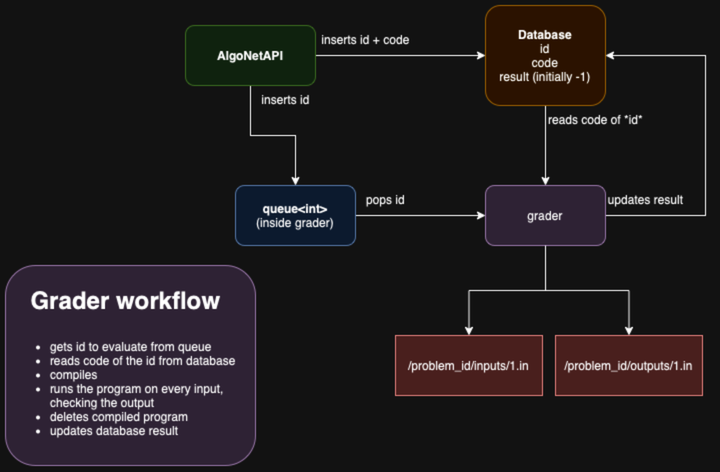
Before: Diagram Grading Setup.png, a diagram exported from draw.io (AlexePaul/algonet). Source tidied: cells renumbered, new cells last; positions are measured from the earlier drawing's top-left corner, leaving out a move shared by most shapes.
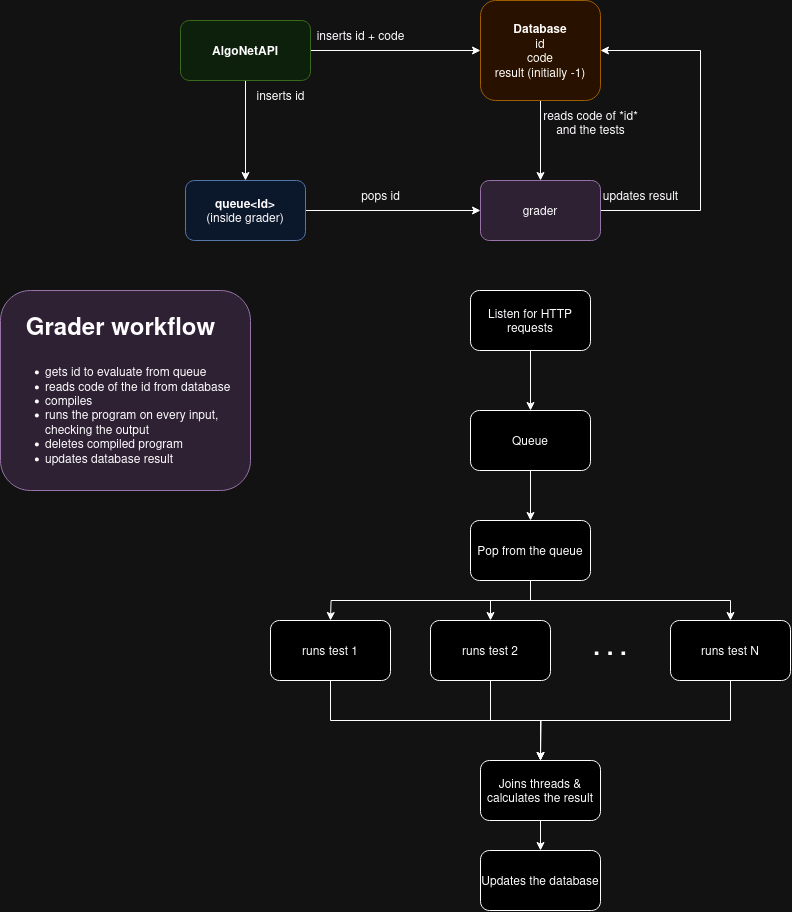
Above is the later version.

What changed in the source:
```diff
@@ -3,7 +3,7 @@
     <mxCell id="0" />
     <mxCell id="1" parent="0" />
     <mxCell id="2" style="rounded=1;whiteSpace=wrap;html=1;fillColor=#e1d5e7;strokeColor=#9673a6;" parent="1" vertex="1">
-      <mxGeometry y="260" width="250" height="200" as="geometry" />
+      <mxGeometry y="290" width="250" height="200" as="geometry" />
     </mxCell>
     <mxCell id="3" style="edgeStyle=orthogonalEdgeStyle;rounded=0;jettySize=auto;html=1;entryX=0;entryY=0.5;entryDx=0;entryDy=0;" parent="1" edge="1" source="5" target="7">
       <mxGeometry relative="1" as="geometry" />
@@ -28,9 +28,6 @@
         </Array>
       </mxGeometry>
     </mxCell>
-    <mxCell id="9" style="edgeStyle=orthogonalEdgeStyle;rounded=0;jettySize=auto;html=1;exitX=0.5;exitY=1;exitDx=0;exitDy=0;entryX=0.5;entryY=0;entryDx=0;entryDy=0;" parent="1" edge="1" source="10" target="20">
-      <mxGeometry relative="1" as="geometry" />
-    </mxCell>
     <mxCell id="10" value="grader" style="rounded=1;whiteSpace=wrap;html=1;fillColor=#e1d5e7;strokeColor=#9673a6;" parent="1" vertex="1">
       <mxGeometry x="480" y="180" width="120" height="60" as="geometry" />
     </mxCell>
@@ -40,8 +37,8 @@
     <mxCell id="12" style="edgeStyle=orthogonalEdgeStyle;rounded=0;jettySize=auto;html=1;exitX=1;exitY=0.5;exitDx=0;exitDy=0;entryX=0;entryY=0.5;entryDx=0;entryDy=0;" parent="1" edge="1" source="13" target="10">
       <mxGeometry relative="1" as="geometry" />
     </mxCell>
-    <mxCell id="13" value="&lt;b&gt;queue&amp;lt;int&amp;gt;&lt;/b&gt;&lt;div&gt;&lt;div&gt;(inside grader)&lt;/div&gt;&lt;/div&gt;" style="rounded=1;whiteSpace=wrap;html=1;fillColor=#dae8fc;strokeColor=#6c8ebf;" parent="1" vertex="1">
-      <mxGeometry x="230" y="180" width="120" height="60" as="geometry" />
+    <mxCell id="13" value="&lt;b&gt;queue&amp;lt;Id&amp;gt;&lt;/b&gt;&lt;div&gt;&lt;div&gt;(inside grader)&lt;/div&gt;&lt;/div&gt;" style="rounded=1;whiteSpace=wrap;html=1;fillColor=#dae8fc;strokeColor=#6c8ebf;" parent="1" vertex="1">
+      <mxGeometry x="185" y="180" width="120" height="60" as="geometry" />
     </mxCell>
     <mxCell id="14" value="&lt;span style=&quot;font-weight: normal;&quot;&gt;&lt;font style=&quot;font-size: 12px;&quot;&gt;inserts id&lt;/font&gt;&lt;/span&gt;" style="text;strokeColor=none;fillColor=none;html=1;fontSize=24;fontStyle=1;verticalAlign=middle;align=center;" parent="1" vertex="1">
       <mxGeometry x="230" y="70" width="100" height="40" as="geometry" />
@@ -49,26 +46,75 @@
     <mxCell id="15" value="&lt;span style=&quot;font-weight: normal;&quot;&gt;&lt;font style=&quot;font-size: 12px;&quot;&gt;pops id&lt;/font&gt;&lt;/span&gt;" style="text;strokeColor=none;fillColor=none;html=1;fontSize=24;fontStyle=1;verticalAlign=middle;align=center;" parent="1" vertex="1">
       <mxGeometry x="330" y="170" width="100" height="40" as="geometry" />
     </mxCell>
-    <mxCell id="16" value="&lt;span style=&quot;font-weight: normal;&quot;&gt;&lt;font style=&quot;font-size: 12px;&quot;&gt;reads code of *id*&lt;/font&gt;&lt;/span&gt;" style="text;strokeColor=none;fillColor=none;html=1;fontSize=24;fontStyle=1;verticalAlign=middle;align=center;" parent="1" vertex="1">
-      <mxGeometry x="540" y="90" width="100" height="40" as="geometry" />
+    <mxCell id="16" value="&lt;p style=&quot;line-height: 40%;&quot;&gt;&lt;font style=&quot;font-weight: normal; font-size: 12px;&quot;&gt;reads code of *id*&lt;/font&gt;&lt;font style=&quot;font-size: 12px;&quot;&gt;&lt;span style=&quot;font-weight: normal;&quot;&gt;&lt;br&gt;and the tests&lt;/span&gt;&lt;/font&gt;&lt;br&gt;&lt;/p&gt;" style="text;strokeColor=none;fillColor=none;html=1;fontSize=24;fontStyle=1;verticalAlign=middle;align=center;" parent="1" vertex="1">
+      <mxGeometry x="540" y="100" width="100" height="40" as="geometry" />
     </mxCell>
     <mxCell id="17" value="&lt;span style=&quot;font-weight: normal;&quot;&gt;&lt;font style=&quot;font-size: 12px;&quot;&gt;updates result&lt;/font&gt;&lt;/span&gt;" style="text;strokeColor=none;fillColor=none;html=1;fontSize=24;fontStyle=1;verticalAlign=middle;align=center;" parent="1" vertex="1">
       <mxGeometry x="590" y="170" width="100" height="40" as="geometry" />
     </mxCell>
-    <mxCell id="18" value="/problem_id/inputs/1.in" style="rounded=0;whiteSpace=wrap;html=1;fillColor=#f8cecc;strokeColor=#b85450;" parent="1" vertex="1">
-      <mxGeometry x="390" y="330" width="147" height="60" as="geometry" />
-    </mxCell>
-    <mxCell id="19" style="edgeStyle=orthogonalEdgeStyle;rounded=0;jettySize=auto;html=1;exitX=0.5;exitY=1;exitDx=0;exitDy=0;entryX=0.5;entryY=0;entryDx=0;entryDy=0;" parent="1" edge="1" source="10" target="18">
-      <mxGeometry relative="1" as="geometry" />
-    </mxCell>
-    <mxCell id="20" value="/problem_id/outputs/1.in" style="rounded=0;whiteSpace=wrap;html=1;fillColor=#f8cecc;strokeColor=#b85450;" parent="1" vertex="1">
-      <mxGeometry x="550" y="330" width="147" height="60" as="geometry" />
-    </mxCell>
     <mxCell id="21" value="&lt;b&gt;&lt;font style=&quot;font-size: 24px;&quot;&gt;Grader workflow&lt;/font&gt;&lt;/b&gt;" style="text;html=1;align=center;verticalAlign=middle;whiteSpace=wrap;rounded=0;" parent="1" vertex="1">
-      <mxGeometry x="12.5" y="270" width="215" height="50" as="geometry" />
+      <mxGeometry x="12.5" y="300" width="215" height="50" as="geometry" />
     </mxCell>
     <mxCell id="22" value="&lt;ul&gt;&lt;li&gt;gets id to evaluate from queue&lt;/li&gt;&lt;li&gt;reads code of the id from database&lt;/li&gt;&lt;li&gt;compiles&amp;nbsp;&lt;/li&gt;&lt;li&gt;runs the program on every input, checking the output&lt;br&gt;&lt;/li&gt;&lt;li&gt;deletes compiled program&lt;/li&gt;&lt;li&gt;updates database result&lt;/li&gt;&lt;/ul&gt;" style="text;strokeColor=none;fillColor=none;html=1;whiteSpace=wrap;verticalAlign=middle;overflow=hidden;" parent="1" vertex="1">
-      <mxGeometry x="2.5" y="320" width="235" height="120" as="geometry" />
+      <mxGeometry x="2.5" y="350" width="235" height="120" as="geometry" />
     </mxCell>
+    <mxCell id="23" style="edgeStyle=orthogonalEdgeStyle;rounded=0;jettySize=auto;html=1;entryX=0.5;entryY=0;entryDx=0;entryDy=0;" parent="1" edge="1" source="24" target="26">
+      <mxGeometry relative="1" as="geometry" />
+    </mxCell>
+    <mxCell id="24" value="Listen for HTTP requests" style="rounded=1;whiteSpace=wrap;html=1;" parent="1" vertex="1">
+      <mxGeometry x="470" y="290" width="120" height="60" as="geometry" />
+    </mxCell>
+    <mxCell id="25" style="edgeStyle=orthogonalEdgeStyle;rounded=0;jettySize=auto;html=1;entryX=0.5;entryY=0;entryDx=0;entryDy=0;" parent="1" edge="1" source="26" target="30">
+      <mxGeometry relative="1" as="geometry" />
+    </mxCell>
+    <mxCell id="26" value="Queue" style="rounded=1;whiteSpace=wrap;html=1;" parent="1" vertex="1">
+      <mxGeometry x="470" y="410" width="120" height="60" as="geometry" />
+    </mxCell>
+    <mxCell id="27" style="edgeStyle=orthogonalEdgeStyle;rounded=0;jettySize=auto;html=1;exitX=0.5;exitY=1;exitDx=0;exitDy=0;" parent="1" edge="1" source="30">
+      <mxGeometry relative="1" as="geometry">
+        <mxPoint x="330" y="620" as="targetPoint" />
+      </mxGeometry>
+    </mxCell>
+    <mxCell id="28" style="edgeStyle=orthogonalEdgeStyle;rounded=0;jettySize=auto;html=1;" parent="1" edge="1" source="30" target="34">
+      <mxGeometry relative="1" as="geometry" />
+    </mxCell>
+    <mxCell id="29" style="edgeStyle=orthogonalEdgeStyle;rounded=0;jettySize=auto;html=1;exitX=0.5;exitY=1;exitDx=0;exitDy=0;" parent="1" edge="1" source="30" target="36">
+      <mxGeometry relative="1" as="geometry" />
+    </mxCell>
+    <mxCell id="30" value="Pop from the queue" style="rounded=1;whiteSpace=wrap;html=1;" parent="1" vertex="1">
+      <mxGeometry x="470" y="520" width="120" height="60" as="geometry" />
+    </mxCell>
+    <mxCell id="31" style="edgeStyle=orthogonalEdgeStyle;rounded=0;jettySize=auto;html=1;exitX=0.5;exitY=1;exitDx=0;exitDy=0;" parent="1" edge="1" source="32" target="39">
+      <mxGeometry relative="1" as="geometry" />
+    </mxCell>
+    <mxCell id="32" value="runs test 1" style="rounded=1;whiteSpace=wrap;html=1;" parent="1" vertex="1">
+      <mxGeometry x="270" y="620" width="120" height="60" as="geometry" />
+    </mxCell>
+    <mxCell id="33" style="edgeStyle=orthogonalEdgeStyle;rounded=0;jettySize=auto;html=1;" parent="1" edge="1" source="34">
+      <mxGeometry relative="1" as="geometry">
+        <mxPoint x="540" y="760" as="targetPoint" />
+      </mxGeometry>
+    </mxCell>
+    <mxCell id="34" value="runs test 2" style="rounded=1;whiteSpace=wrap;html=1;" parent="1" vertex="1">
+      <mxGeometry x="430" y="620" width="120" height="60" as="geometry" />
+    </mxCell>
+    <mxCell id="35" style="edgeStyle=orthogonalEdgeStyle;rounded=0;jettySize=auto;html=1;entryX=0.5;entryY=0;entryDx=0;entryDy=0;exitX=0.5;exitY=1;exitDx=0;exitDy=0;" parent="1" edge="1" source="36" target="39">
+      <mxGeometry relative="1" as="geometry" />
+    </mxCell>
+    <mxCell id="36" value="runs test N" style="rounded=1;whiteSpace=wrap;html=1;" parent="1" vertex="1">
+      <mxGeometry x="670" y="620" width="120" height="60" as="geometry" />
+    </mxCell>
+    <mxCell id="37" value="&lt;font style=&quot;font-size: 24px;&quot;&gt;&lt;b&gt;. . .&lt;/b&gt;&lt;/font&gt;" style="text;html=1;align=center;verticalAlign=middle;whiteSpace=wrap;rounded=0;" parent="1" vertex="1">
+      <mxGeometry x="580" y="630" width="60" height="30" as="geometry" />
+    </mxCell>
+    <mxCell id="38" style="edgeStyle=orthogonalEdgeStyle;rounded=0;jettySize=auto;html=1;" parent="1" edge="1" source="39" target="40">
+      <mxGeometry relative="1" as="geometry" />
+    </mxCell>
+    <mxCell id="39" value="Joins threads &amp;amp; calculates the result" style="rounded=1;whiteSpace=wrap;html=1;" parent="1" vertex="1">
+      <mxGeometry x="480" y="760" width="120" height="60" as="geometry" />
+    </mxCell>
+    <mxCell id="40" value="Updates the database" style="rounded=1;whiteSpace=wrap;html=1;" parent="1" vertex="1">
+      <mxGeometry x="480" y="850" width="120" height="60" as="geometry" />
+    </mxCell>
   </root>
 </mxGraphModel>
```
